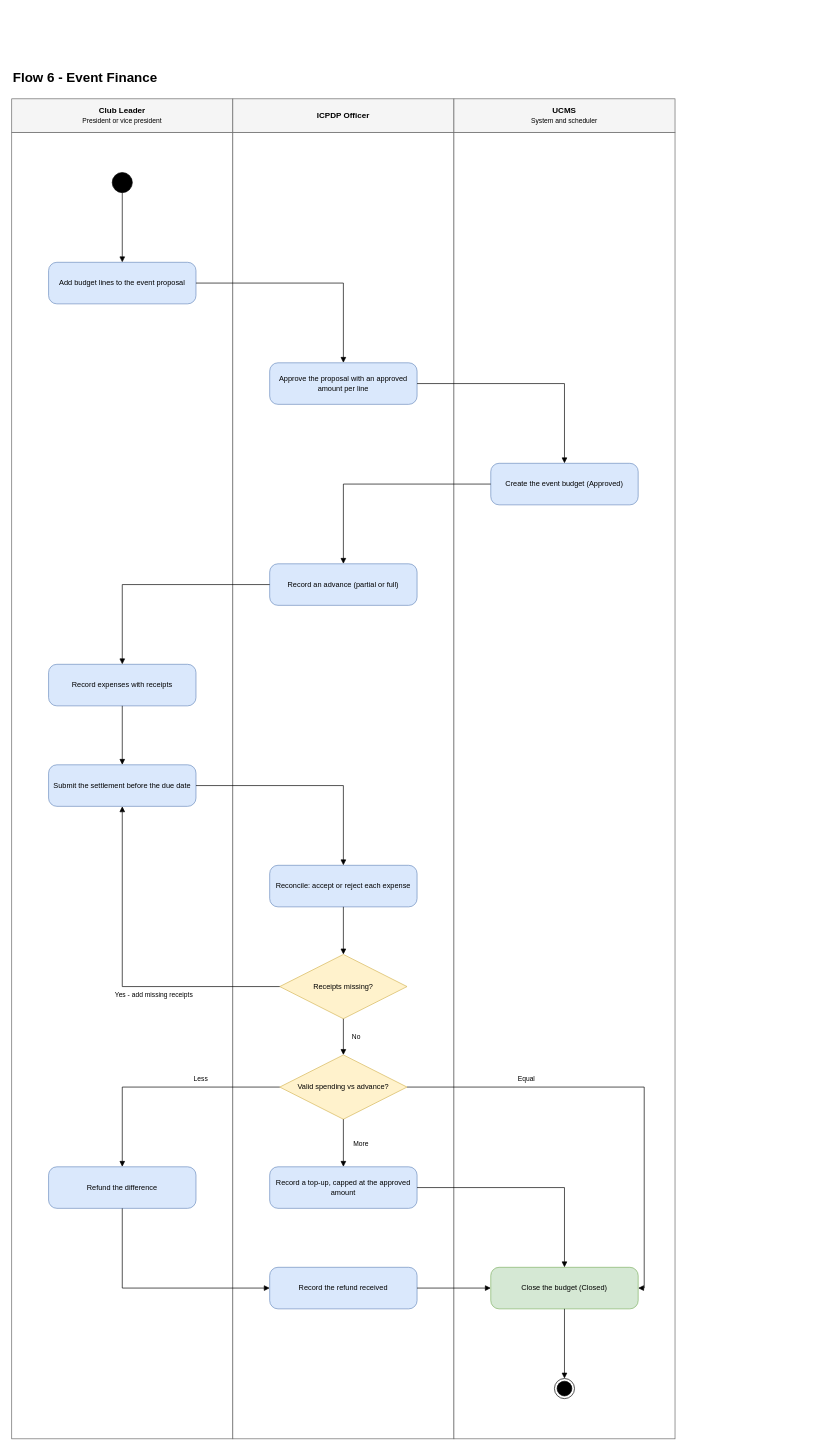
The draw.io diagram page "06 Event Finance" (6 of 14) of docs/03-diagrams/UCMS_Swimlane_Flows.drawio in nvdekay/ClubManagementSystem, before the edit. Source tidied: cells renumbered, new cells numbered last; positions are measured from the earlier drawing's top-left corner, leaving out a move shared by most shapes. Both pictures are drawn from the tidied source at 67%, with x=0, y=0 at pixel (11, 65).
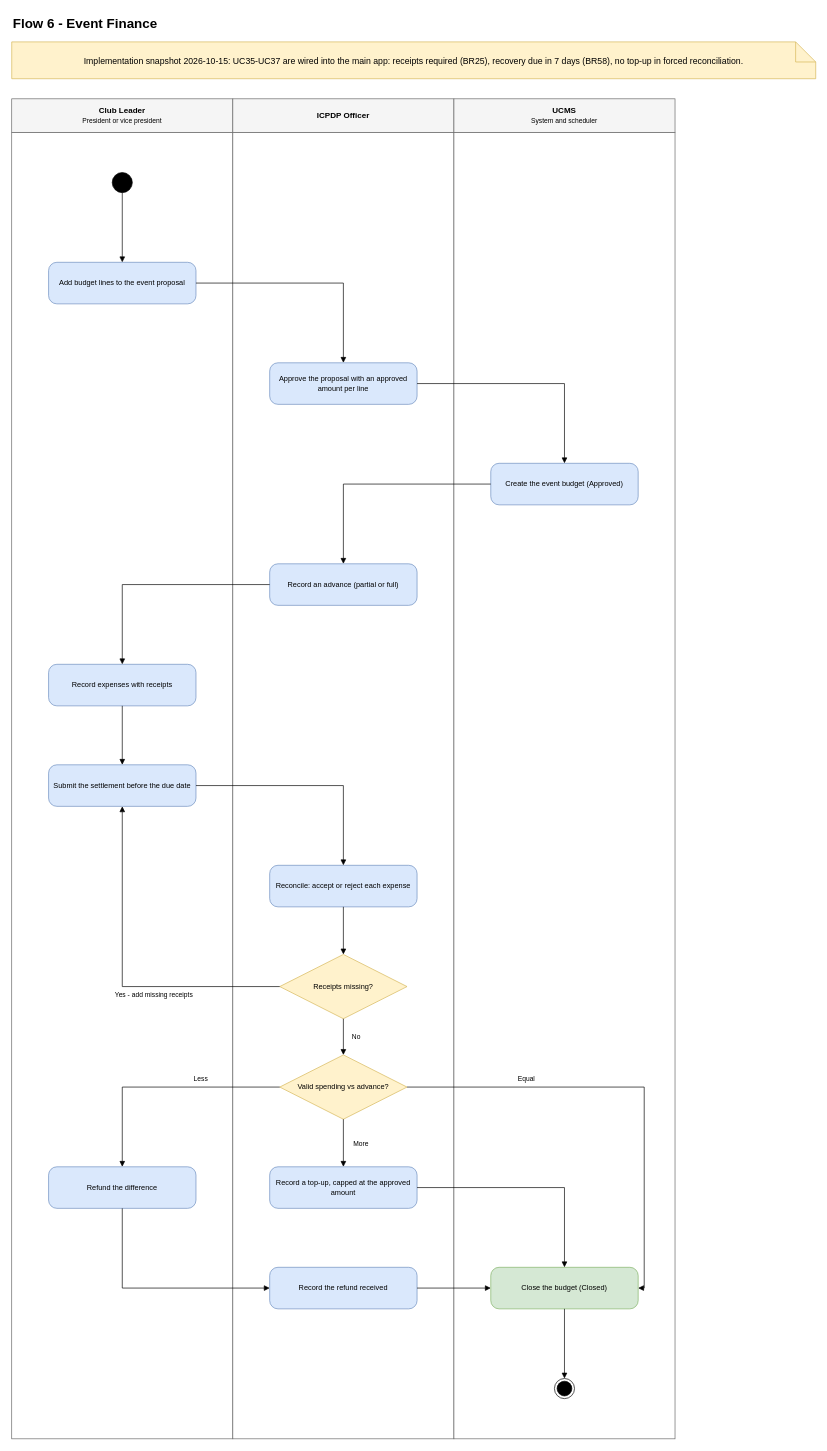
Above is the later version.

The edit, as a diff of the source:
```diff
@@
     <mxCell id="2" value="Flow 6 - Event Finance" style="text;html=1;fontSize=20;fontStyle=1;align=left;verticalAlign=middle;" parent="1" vertex="1">
-      <mxGeometry width="990" height="34" as="geometry" />
+      <mxGeometry y="-80" width="990" height="34" as="geometry" />
     </mxCell>
@@
+    <mxCell id="46" value="Implementation snapshot 2026-10-15: UC35-UC37 are wired into the main app: receipts required (BR25), recovery due in 7 days (BR58), no top-up in forced reconciliation." style="whiteSpace=wrap;html=1;fontFamily=Arial;fontSize=14;shape=note;fillColor=#fff2cc;strokeColor=#d6b656;fontSize=13;" parent="1" vertex="1">
+      <mxGeometry y="-35" width="1200" height="55" as="geometry" />
+    </mxCell>
```
